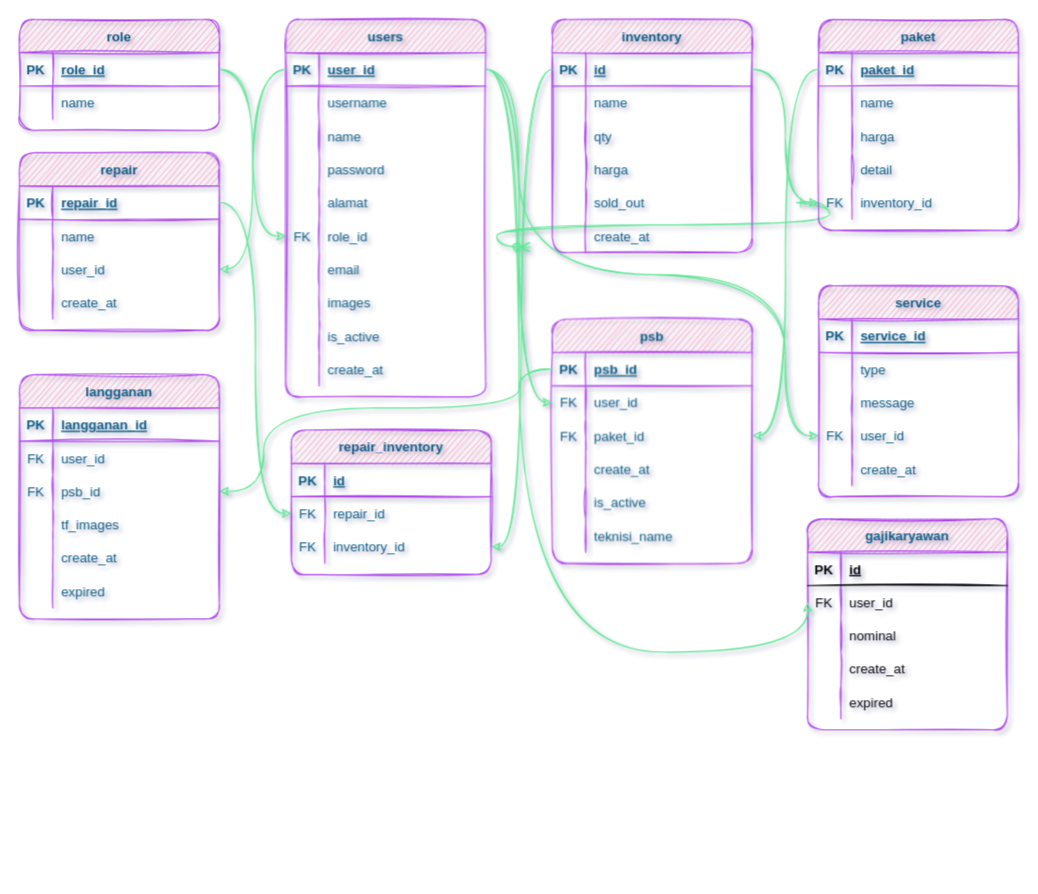
The draw.io diagram ERD.drawio in achrizal15/jmiapps, before the edit. Source tidied: cells renumbered, new cells numbered last; positions are measured from the earlier drawing's top-left corner, leaving out a move shared by most shapes. Both pictures are drawn from the tidied source at 111%, with x=0, y=0 at pixel (19, 19).
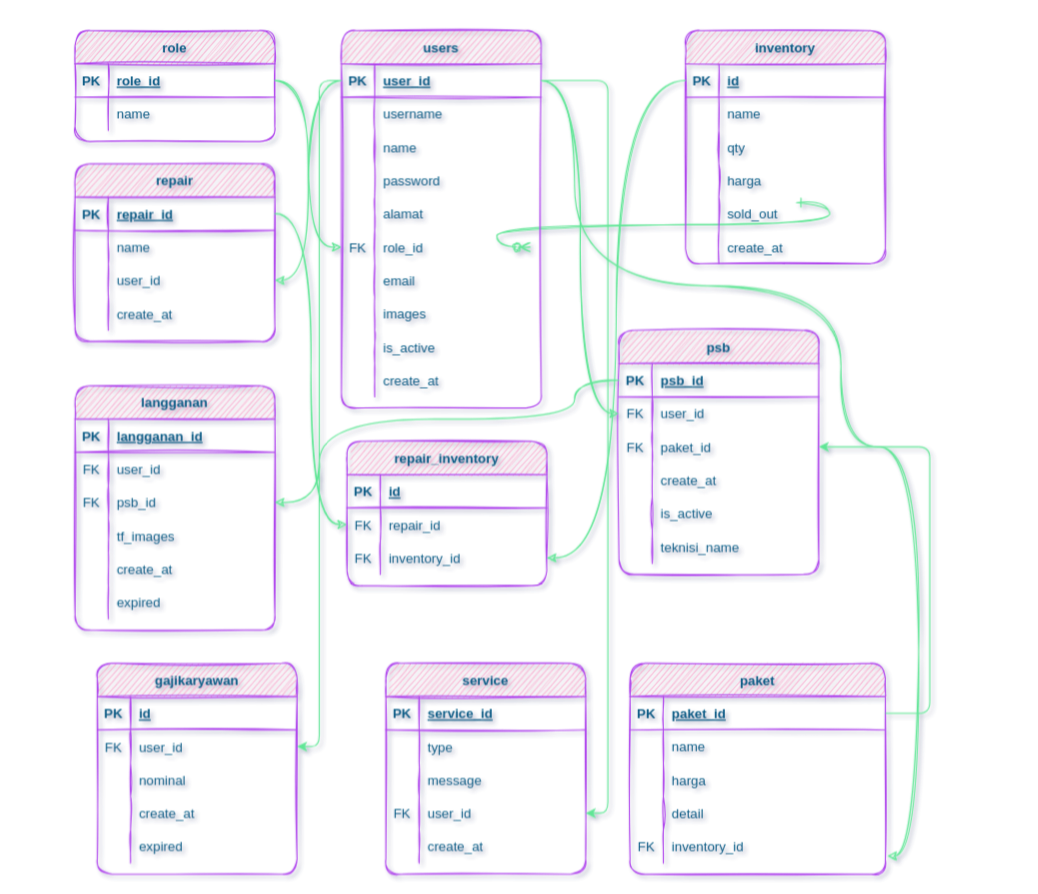
Above is the later version.

The change refers to these unchanged cells:
```xml
<mxCell id="4" style="shape=partialRectangle;fillColor=none;top=0;left=0;bottom=1;right=0;points=[[0,0.5],[1,0.5]];portConstraint=eastwest;strokeColor=#AF45ED;fontColor=#095C86;sketch=1;rounded=1;" parent="3" vertex="1">
  <mxGeometry y="30" width="180" height="30" as="geometry" />
</mxCell>
<mxCell id="43" style="shape=partialRectangle;fillColor=none;top=0;left=0;bottom=1;right=0;points=[[0,0.5],[1,0.5]];portConstraint=eastwest;strokeColor=#AF45ED;fontColor=#095C86;sketch=1;rounded=1;" parent="42" vertex="1">
  <mxGeometry y="30" width="180" height="30" as="geometry" />
</mxCell>
<mxCell id="62" style="shape=partialRectangle;fillColor=none;top=0;left=0;bottom=1;right=0;points=[[0,0.5],[1,0.5]];portConstraint=eastwest;strokeColor=#AF45ED;fontColor=#095C86;sketch=1;rounded=1;" parent="61" vertex="1">
  <mxGeometry y="30" width="180" height="30" as="geometry" />
</mxCell>
<mxCell id="68" style="shape=partialRectangle;fillColor=none;top=0;left=0;bottom=0;right=0;points=[[0,0.5],[1,0.5]];portConstraint=eastwest;strokeColor=#AF45ED;fontColor=#095C86;sketch=1;rounded=1;" parent="61" vertex="1">
  <mxGeometry y="90" width="180" height="30" as="geometry" />
</mxCell>
<mxCell id="108" style="shape=partialRectangle;fillColor=none;top=0;left=0;bottom=0;right=0;points=[[0,0.5],[1,0.5]];portConstraint=eastwest;strokeColor=#AF45ED;fontColor=#095C86;sketch=1;rounded=1;" parent="98" vertex="1">
  <mxGeometry y="120" width="180" height="30" as="geometry" />
</mxCell>
<mxCell id="149" style="shape=partialRectangle;fillColor=none;top=0;left=0;bottom=0;right=0;points=[[0,0.5],[1,0.5]];portConstraint=eastwest;strokeColor=#AF45ED;fontColor=#095C86;sketch=1;rounded=1;" parent="142" vertex="1">
  <mxGeometry y="90" width="180" height="30" as="geometry" />
</mxCell>
```

Diff of the diagram source:
```diff
@@
     <mxCell id="3" value="users" style="shape=table;startSize=30;childLayout=tableLayout;rowLines=0;fontStyle=1;align=center;fillColor=#F694C1;strokeColor=#AF45ED;fontColor=#095C86;sketch=1;rounded=1;" parent="1" vertex="1">
-      <mxGeometry x="240" width="180" height="340" as="geometry" />
+      <mxGeometry x="290" y="10" width="180" height="340" as="geometry" />
     </mxCell>
@@
     <mxCell id="34" value="role" style="shape=table;startSize=30;childLayout=tableLayout;rowLines=0;fontStyle=1;align=center;fillColor=#F694C1;strokeColor=#AF45ED;fontColor=#095C86;sketch=1;rounded=1;" parent="1" vertex="1">
-      <mxGeometry width="180" height="100" as="geometry" />
+      <mxGeometry x="50" y="10" width="180" height="100" as="geometry" />
     </mxCell>
@@
     <mxCell id="42" value="inventory" style="shape=table;startSize=30;childLayout=tableLayout;rowLines=0;fontStyle=1;align=center;fillColor=#F694C1;strokeColor=#AF45ED;fontColor=#095C86;sketch=1;rounded=1;" parent="1" vertex="1">
-      <mxGeometry x="480" width="180" height="210" as="geometry" />
+      <mxGeometry x="600" y="10" width="180" height="210" as="geometry" />
     </mxCell>
@@
     <mxCell id="61" value="psb" style="shape=table;startSize=30;childLayout=tableLayout;rowLines=0;fontStyle=1;align=center;fillColor=#F694C1;strokeColor=#AF45ED;fontColor=#095C86;sketch=1;rounded=1;" parent="1" vertex="1">
-      <mxGeometry x="480" y="270" width="180" height="220" as="geometry" />
+      <mxGeometry x="540" y="280" width="180" height="220" as="geometry" />
     </mxCell>
@@
     <mxCell id="80" value="paket" style="shape=table;startSize=30;childLayout=tableLayout;rowLines=0;fontStyle=1;align=center;fillColor=#F694C1;strokeColor=#AF45ED;fontColor=#095C86;sketch=1;rounded=1;" parent="1" vertex="1">
-      <mxGeometry x="720" width="180" height="190" as="geometry" />
+      <mxGeometry x="550" y="580" width="230" height="190" as="geometry" />
     </mxCell>
     <mxCell id="81" style="shape=partialRectangle;fillColor=none;top=0;left=0;bottom=1;right=0;points=[[0,0.5],[1,0.5]];portConstraint=eastwest;strokeColor=#AF45ED;fontColor=#095C86;sketch=1;rounded=1;" parent="80" vertex="1">
-      <mxGeometry y="30" width="180" height="30" as="geometry" />
+      <mxGeometry y="30" width="230" height="30" as="geometry" />
     </mxCell>
@@
     <mxCell id="83" value="paket_id" style="shape=partialRectangle;fillColor=none;top=0;left=0;bottom=0;right=0;align=left;spacingLeft=6;fontStyle=5;overflow=hidden;strokeColor=#AF45ED;fontColor=#095C86;sketch=1;rounded=1;" parent="81" vertex="1">
-      <mxGeometry x="30" width="150" height="30" as="geometry" />
+      <mxGeometry x="30" width="200" height="30" as="geometry" />
     </mxCell>
     <mxCell id="84" style="shape=partialRectangle;fillColor=none;top=0;left=0;bottom=0;right=0;strokeColor=#AF45ED;fontColor=#095C86;sketch=1;rounded=1;" parent="80" vertex="1">
-      <mxGeometry y="60" width="180" height="30" as="geometry" />
+      <mxGeometry y="60" width="230" height="30" as="geometry" />
     </mxCell>
@@
     <mxCell id="86" value="name" style="shape=partialRectangle;fillColor=none;top=0;left=0;bottom=0;right=0;align=left;spacingLeft=6;overflow=hidden;strokeColor=#AF45ED;fontColor=#095C86;sketch=1;rounded=1;" parent="84" vertex="1">
-      <mxGeometry x="30" width="150" height="30" as="geometry" />
+      <mxGeometry x="30" width="200" height="30" as="geometry" />
     </mxCell>
     <mxCell id="87" style="shape=partialRectangle;fillColor=none;top=0;left=0;bottom=0;right=0;strokeColor=#AF45ED;fontColor=#095C86;sketch=1;rounded=1;" parent="80" vertex="1">
-      <mxGeometry y="90" width="180" height="30" as="geometry" />
+      <mxGeometry y="90" width="230" height="30" as="geometry" />
     </mxCell>
@@
     <mxCell id="89" value="harga" style="shape=partialRectangle;fillColor=none;top=0;left=0;bottom=0;right=0;align=left;spacingLeft=6;overflow=hidden;strokeColor=#AF45ED;fontColor=#095C86;sketch=1;rounded=1;" parent="87" vertex="1">
-      <mxGeometry x="30" width="150" height="30" as="geometry" />
+      <mxGeometry x="30" width="200" height="30" as="geometry" />
     </mxCell>
     <mxCell id="90" style="shape=partialRectangle;fillColor=none;top=0;left=0;bottom=0;right=0;strokeColor=#AF45ED;fontColor=#095C86;sketch=1;rounded=1;" parent="80" vertex="1">
-      <mxGeometry y="120" width="180" height="30" as="geometry" />
+      <mxGeometry y="120" width="230" height="30" as="geometry" />
     </mxCell>
@@
     <mxCell id="92" value="detail" style="shape=partialRectangle;fillColor=none;top=0;left=0;bottom=0;right=0;align=left;spacingLeft=6;overflow=hidden;strokeColor=#AF45ED;fontColor=#095C86;sketch=1;rounded=1;" parent="90" vertex="1">
-      <mxGeometry x="30" width="150" height="30" as="geometry" />
+      <mxGeometry x="30" width="200" height="30" as="geometry" />
     </mxCell>
     <mxCell id="93" style="shape=partialRectangle;fillColor=none;top=0;left=0;bottom=0;right=0;points=[[0,0.5],[1,0.5]];portConstraint=eastwest;strokeColor=#AF45ED;fontColor=#095C86;sketch=1;rounded=1;" parent="80" vertex="1">
-      <mxGeometry y="150" width="180" height="30" as="geometry" />
+      <mxGeometry y="150" width="230" height="30" as="geometry" />
     </mxCell>
@@
     <mxCell id="95" value="inventory_id" style="shape=partialRectangle;fillColor=none;top=0;left=0;bottom=0;right=0;align=left;spacingLeft=6;overflow=hidden;strokeColor=#AF45ED;fontColor=#095C86;sketch=1;rounded=1;" parent="93" vertex="1">
-      <mxGeometry x="30" width="150" height="30" as="geometry" />
+      <mxGeometry x="30" width="200" height="30" as="geometry" />
     </mxCell>
@@
-    <mxCell id="97" style="edgeStyle=orthogonalEdgeStyle;jettySize=auto;html=1;entryX=1;entryY=0.5;entryDx=0;entryDy=0;fillColor=#F694C1;strokeColor=#60E696;fontColor=#095C86;curved=1;sketch=1;" parent="1" edge="1" source="81" target="68">
-      <mxGeometry relative="1" as="geometry" />
-    </mxCell>
     <mxCell id="98" value="service" style="shape=table;startSize=30;childLayout=tableLayout;rowLines=0;fontStyle=1;align=center;fillColor=#F694C1;strokeColor=#AF45ED;fontColor=#095C86;sketch=1;rounded=1;" parent="1" vertex="1">
-      <mxGeometry x="720" y="240" width="180" height="190" as="geometry" />
+      <mxGeometry x="330" y="580" width="180" height="190" as="geometry" />
     </mxCell>
@@
-    <mxCell id="114" style="edgeStyle=orthogonalEdgeStyle;jettySize=auto;html=1;fillColor=#F694C1;strokeColor=#60E696;fontColor=#095C86;curved=1;sketch=1;" parent="1" edge="1" source="43" target="93">
-      <mxGeometry relative="1" as="geometry" />
-    </mxCell>
-    <mxCell id="115" style="edgeStyle=orthogonalEdgeStyle;jettySize=auto;html=1;fillColor=#F694C1;strokeColor=#60E696;fontColor=#095C86;curved=1;sketch=1;" parent="1" edge="1" source="4">
+    <mxCell id="115" style="edgeStyle=orthogonalEdgeStyle;jettySize=auto;html=1;fillColor=#F694C1;strokeColor=#60E696;fontColor=#095C86;curved=1;sketch=1;entryX=1.008;entryY=0.786;entryDx=0;entryDy=0;entryPerimeter=0;" parent="1" edge="1" source="4" target="93">
       <mxGeometry relative="1" as="geometry">
-        <mxPoint x="720" y="375" as="targetPoint" />
         <Array as="points">
-          <mxPoint x="450" y="45" />
-          <mxPoint x="450" y="230" />
-          <mxPoint x="690" y="230" />
-          <mxPoint x="690" y="375" />
+          <mxPoint x="500" y="55" />
+          <mxPoint x="500" y="240" />
+          <mxPoint x="740" y="240" />
+          <mxPoint x="740" y="385" />
+          <mxPoint x="810" y="385" />
+          <mxPoint x="810" y="754" />
         </Array>
       </mxGeometry>
     </mxCell>
     <mxCell id="116" value="repair" style="shape=table;startSize=30;childLayout=tableLayout;rowLines=0;fontStyle=1;align=center;fillColor=#F694C1;strokeColor=#AF45ED;fontColor=#095C86;sketch=1;rounded=1;" parent="1" vertex="1">
-      <mxGeometry y="120" width="180" height="160" as="geometry" />
+      <mxGeometry x="50" y="130" width="180" height="160" as="geometry" />
     </mxCell>
@@
     <mxCell id="130" value="repair_inventory" style="shape=table;startSize=30;childLayout=tableLayout;rowLines=0;fontStyle=1;align=center;fontColor=#095C86;strokeColor=#AF45ED;fillColor=#F694C1;sketch=1;rounded=1;" parent="1" vertex="1">
-      <mxGeometry x="245" y="370" width="180" height="130" as="geometry" />
+      <mxGeometry x="295" y="380" width="180" height="130" as="geometry" />
     </mxCell>
@@
     <mxCell id="142" value="langganan" style="shape=table;startSize=30;childLayout=tableLayout;rowLines=0;fontStyle=1;align=center;fontColor=#095C86;strokeColor=#AF45ED;fillColor=#F694C1;sketch=1;rounded=1;" parent="1" vertex="1">
-      <mxGeometry y="320" width="180" height="220" as="geometry" />
+      <mxGeometry x="50" y="330" width="180" height="220" as="geometry" />
     </mxCell>
@@
     <mxCell id="161" style="edgeStyle=orthogonalEdgeStyle;jettySize=auto;html=1;entryX=1;entryY=0.5;entryDx=0;entryDy=0;fontColor=#095C86;strokeColor=#60E696;fillColor=#F694C1;curved=1;sketch=1;" parent="1" edge="1" source="62" target="149">
       <mxGeometry relative="1" as="geometry">
         <Array as="points">
-          <mxPoint x="450" y="315" />
-          <mxPoint x="450" y="350" />
-          <mxPoint x="220" y="350" />
-          <mxPoint x="220" y="425" />
+          <mxPoint x="500" y="325" />
+          <mxPoint x="500" y="360" />
+          <mxPoint x="270" y="360" />
+          <mxPoint x="270" y="435" />
         </Array>
       </mxGeometry>
     </mxCell>
     <mxCell id="162" value="gajikaryawan" style="shape=table;startSize=30;childLayout=tableLayout;rowLines=0;fontStyle=1;align=center;fontColor=#095C86;strokeColor=#AF45ED;fillColor=#F694C1;sketch=1;rounded=1;" parent="1" vertex="1">
-      <mxGeometry x="710" y="450" width="180" height="190" as="geometry" />
+      <mxGeometry x="70" y="580" width="180" height="190" as="geometry" />
     </mxCell>
-    <mxCell id="163" style="shape=partialRectangle;fillColor=none;top=0;left=0;bottom=1;right=0;sketch=1;rounded=1;" parent="162" vertex="1">
+    <mxCell id="163" style="shape=partialRectangle;fillColor=none;top=0;left=0;bottom=1;right=0;sketch=1;rounded=1;strokeColor=#AF45ED;fontColor=#095C86;" parent="162" vertex="1">
       <mxGeometry y="30" width="180" height="30" as="geometry" />
     </mxCell>
-    <mxCell id="164" value="PK" style="shape=partialRectangle;fillColor=none;top=0;left=0;bottom=0;right=0;fontStyle=1;overflow=hidden;sketch=1;rounded=1;" parent="163" vertex="1">
+    <mxCell id="164" value="PK" style="shape=partialRectangle;fillColor=none;top=0;left=0;bottom=0;right=0;fontStyle=1;overflow=hidden;sketch=1;rounded=1;strokeColor=#AF45ED;fontColor=#095C86;" parent="163" vertex="1">
       <mxGeometry width="30" height="30" as="geometry" />
     </mxCell>
-    <mxCell id="165" value="id" style="shape=partialRectangle;fillColor=none;top=0;left=0;bottom=0;right=0;align=left;spacingLeft=6;fontStyle=5;overflow=hidden;sketch=1;rounded=1;" parent="163" vertex="1">
+    <mxCell id="165" value="id" style="shape=partialRectangle;fillColor=none;top=0;left=0;bottom=0;right=0;align=left;spacingLeft=6;fontStyle=5;overflow=hidden;sketch=1;rounded=1;strokeColor=#AF45ED;fontColor=#095C86;" parent="163" vertex="1">
       <mxGeometry x="30" width="150" height="30" as="geometry" />
     </mxCell>
-    <mxCell id="166" style="shape=partialRectangle;fillColor=none;top=0;left=0;bottom=0;right=0;points=[[0,0.5],[1,0.5]];portConstraint=eastwest;sketch=1;rounded=1;" parent="162" vertex="1">
+    <mxCell id="166" style="shape=partialRectangle;fillColor=none;top=0;left=0;bottom=0;right=0;points=[[0,0.5],[1,0.5]];portConstraint=eastwest;sketch=1;rounded=1;strokeColor=#AF45ED;fontColor=#095C86;" parent="162" vertex="1">
       <mxGeometry y="60" width="180" height="30" as="geometry" />
     </mxCell>
-    <mxCell id="167" value="FK" style="shape=partialRectangle;fillColor=none;top=0;left=0;bottom=0;right=0;overflow=hidden;sketch=1;rounded=1;" parent="166" vertex="1">
+    <mxCell id="167" value="FK" style="shape=partialRectangle;fillColor=none;top=0;left=0;bottom=0;right=0;overflow=hidden;sketch=1;rounded=1;strokeColor=#AF45ED;fontColor=#095C86;" parent="166" vertex="1">
       <mxGeometry width="30" height="30" as="geometry" />
     </mxCell>
-    <mxCell id="168" value="user_id" style="shape=partialRectangle;fillColor=none;top=0;left=0;bottom=0;right=0;align=left;spacingLeft=6;overflow=hidden;sketch=1;rounded=1;" parent="166" vertex="1">
+    <mxCell id="168" value="user_id" style="shape=partialRectangle;fillColor=none;top=0;left=0;bottom=0;right=0;align=left;spacingLeft=6;overflow=hidden;sketch=1;rounded=1;strokeColor=#AF45ED;fontColor=#095C86;" parent="166" vertex="1">
       <mxGeometry x="30" width="150" height="30" as="geometry" />
     </mxCell>
-    <mxCell id="169" style="shape=partialRectangle;fillColor=none;top=0;left=0;bottom=0;right=0;sketch=1;rounded=1;" parent="162" vertex="1">
+    <mxCell id="169" style="shape=partialRectangle;fillColor=none;top=0;left=0;bottom=0;right=0;sketch=1;rounded=1;strokeColor=#AF45ED;fontColor=#095C86;" parent="162" vertex="1">
       <mxGeometry y="90" width="180" height="30" as="geometry" />
     </mxCell>
-    <mxCell id="170" style="shape=partialRectangle;fillColor=none;top=0;left=0;bottom=0;right=0;overflow=hidden;sketch=1;rounded=1;" parent="169" vertex="1">
+    <mxCell id="170" style="shape=partialRectangle;fillColor=none;top=0;left=0;bottom=0;right=0;overflow=hidden;sketch=1;rounded=1;strokeColor=#AF45ED;fontColor=#095C86;" parent="169" vertex="1">
       <mxGeometry width="30" height="30" as="geometry" />
     </mxCell>
-    <mxCell id="171" value="nominal" style="shape=partialRectangle;fillColor=none;top=0;left=0;bottom=0;right=0;align=left;spacingLeft=6;overflow=hidden;sketch=1;rounded=1;" parent="169" vertex="1">
+    <mxCell id="171" value="nominal" style="shape=partialRectangle;fillColor=none;top=0;left=0;bottom=0;right=0;align=left;spacingLeft=6;overflow=hidden;sketch=1;rounded=1;strokeColor=#AF45ED;fontColor=#095C86;" parent="169" vertex="1">
       <mxGeometry x="30" width="150" height="30" as="geometry" />
     </mxCell>
-    <mxCell id="172" style="shape=partialRectangle;fillColor=none;top=0;left=0;bottom=0;right=0;sketch=1;rounded=1;" parent="162" vertex="1">
+    <mxCell id="172" style="shape=partialRectangle;fillColor=none;top=0;left=0;bottom=0;right=0;sketch=1;rounded=1;strokeColor=#AF45ED;fontColor=#095C86;" parent="162" vertex="1">
       <mxGeometry y="120" width="180" height="30" as="geometry" />
     </mxCell>
-    <mxCell id="173" style="shape=partialRectangle;fillColor=none;top=0;left=0;bottom=0;right=0;overflow=hidden;sketch=1;rounded=1;" parent="172" vertex="1">
+    <mxCell id="173" style="shape=partialRectangle;fillColor=none;top=0;left=0;bottom=0;right=0;overflow=hidden;sketch=1;rounded=1;strokeColor=#AF45ED;fontColor=#095C86;" parent="172" vertex="1">
       <mxGeometry width="30" height="30" as="geometry" />
     </mxCell>
-    <mxCell id="174" value="create_at" style="shape=partialRectangle;fillColor=none;top=0;left=0;bottom=0;right=0;align=left;spacingLeft=6;overflow=hidden;sketch=1;rounded=1;" parent="172" vertex="1">
+    <mxCell id="174" value="create_at" style="shape=partialRectangle;fillColor=none;top=0;left=0;bottom=0;right=0;align=left;spacingLeft=6;overflow=hidden;sketch=1;rounded=1;strokeColor=#AF45ED;fontColor=#095C86;" parent="172" vertex="1">
       <mxGeometry x="30" width="150" height="30" as="geometry" />
     </mxCell>
-    <mxCell id="175" style="shape=partialRectangle;fillColor=none;top=0;left=0;bottom=0;right=0;sketch=1;rounded=1;" parent="162" vertex="1">
+    <mxCell id="175" style="shape=partialRectangle;fillColor=none;top=0;left=0;bottom=0;right=0;sketch=1;rounded=1;strokeColor=#AF45ED;fontColor=#095C86;" parent="162" vertex="1">
       <mxGeometry y="150" width="180" height="30" as="geometry" />
     </mxCell>
-    <mxCell id="176" style="shape=partialRectangle;fillColor=none;top=0;left=0;bottom=0;right=0;overflow=hidden;sketch=1;rounded=1;" parent="175" vertex="1">
+    <mxCell id="176" style="shape=partialRectangle;fillColor=none;top=0;left=0;bottom=0;right=0;overflow=hidden;sketch=1;rounded=1;strokeColor=#AF45ED;fontColor=#095C86;" parent="175" vertex="1">
       <mxGeometry width="30" height="30" as="geometry" />
     </mxCell>
-    <mxCell id="177" value="expired" style="shape=partialRectangle;fillColor=none;top=0;left=0;bottom=0;right=0;align=left;spacingLeft=6;overflow=hidden;sketch=1;rounded=1;" parent="175" vertex="1">
+    <mxCell id="177" value="expired" style="shape=partialRectangle;fillColor=none;top=0;left=0;bottom=0;right=0;align=left;spacingLeft=6;overflow=hidden;sketch=1;rounded=1;strokeColor=#AF45ED;fontColor=#095C86;" parent="175" vertex="1">
       <mxGeometry x="30" width="150" height="30" as="geometry" />
     </mxCell>
+    <mxCell id="97" style="edgeStyle=orthogonalEdgeStyle;curved=0;rounded=1;sketch=0;jettySize=auto;html=1;entryX=1;entryY=0.5;entryDx=0;entryDy=0;fontColor=#095C86;strokeColor=#60E696;fillColor=#F694C1;exitX=1;exitY=0.5;exitDx=0;exitDy=0;" parent="1" edge="1" source="81" target="68">
+      <mxGeometry relative="1" as="geometry">
+        <Array as="points">
+          <mxPoint x="820" y="625" />
+          <mxPoint x="820" y="385" />
+        </Array>
+      </mxGeometry>
+    </mxCell>
+    <mxCell id="179" style="edgeStyle=orthogonalEdgeStyle;curved=0;rounded=1;sketch=0;jettySize=auto;html=1;entryX=1;entryY=0.5;entryDx=0;entryDy=0;fontColor=#095C86;strokeColor=#60E696;fillColor=#F694C1;" parent="1" edge="1" source="4" target="108">
+      <mxGeometry relative="1" as="geometry" />
+    </mxCell>
-    <mxCell id="178" style="edgeStyle=orthogonalEdgeStyle;curved=1;rounded=1;sketch=1;jettySize=auto;html=1;entryX=0;entryY=0.5;entryDx=0;entryDy=0;fontColor=#095C86;strokeColor=#60E696;fillColor=#F694C1;exitX=1;exitY=0.5;exitDx=0;exitDy=0;" parent="1" edge="1" source="4" target="166">
-      <mxGeometry relative="1" as="geometry">
-        <Array as="points">
-          <mxPoint x="450" y="45" />
-          <mxPoint x="450" y="570" />
-          <mxPoint x="710" y="570" />
-        </Array>
-      </mxGeometry>
+    <mxCell id="178" style="edgeStyle=orthogonalEdgeStyle;curved=0;rounded=1;sketch=0;jettySize=auto;html=1;entryX=1;entryY=0.5;entryDx=0;entryDy=0;fontColor=#095C86;strokeColor=#60E696;fillColor=#F694C1;" parent="1" edge="1" source="4" target="166">
+      <mxGeometry relative="1" as="geometry" />
     </mxCell>
```
